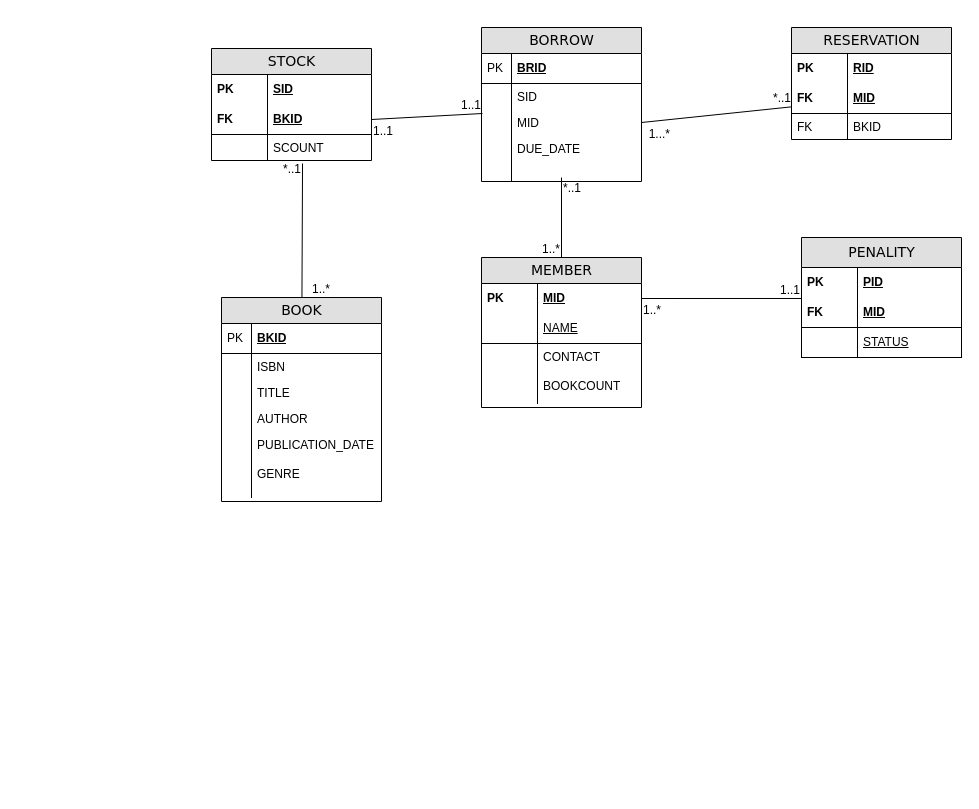
Earlier version of the draw.io diagram erdiagram.drawio (kaushik315/MScComputingDS). Source tidied: cells renumbered, new cells numbered last; positions are measured from the earlier drawing's top-left corner, leaving out a move shared by most shapes. Both pictures are drawn from the tidied source at 100%, with x=0, y=0 at pixel (211, 27).
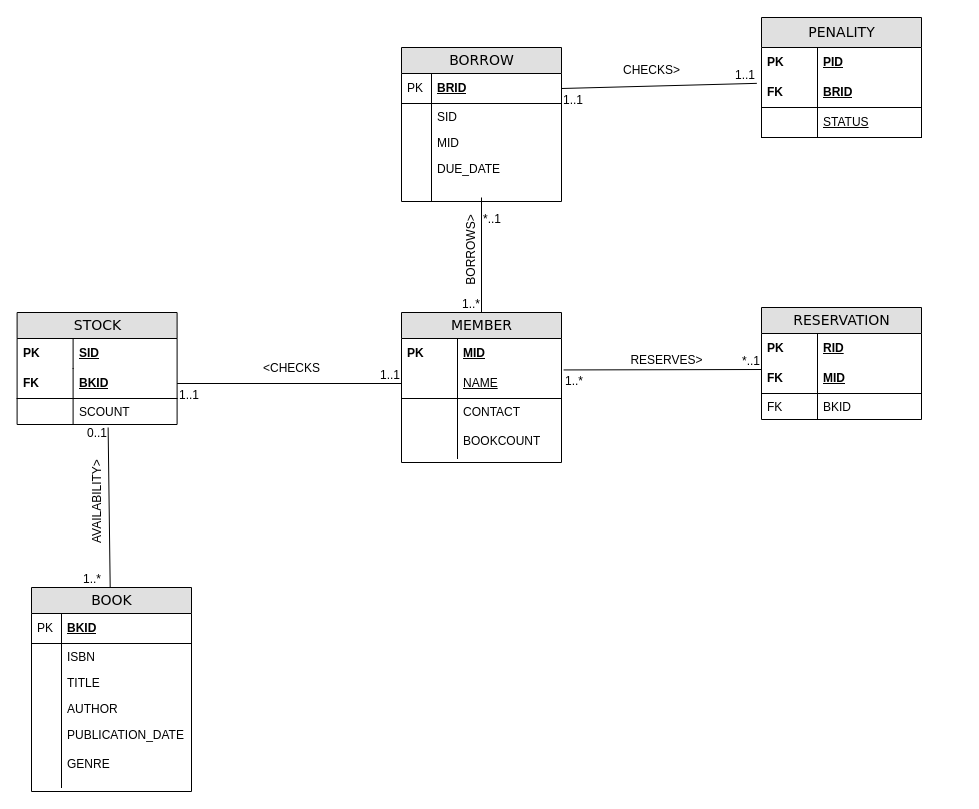
After the change.

The change refers to these unchanged cells:
```xml
<mxCell id="5" value="BKID" style="shape=partialRectangle;top=0;left=0;right=0;bottom=1;html=1;align=left;verticalAlign=middle;fillColor=none;spacingLeft=60;spacingRight=4;whiteSpace=wrap;overflow=hidden;points=[[0,0.5],[1,0.5]];portConstraint=eastwest;fontStyle=5;" parent="2" vertex="1">
  <mxGeometry y="56" width="160" height="30" as="geometry" />
</mxCell>
<mxCell id="10" value="MID" style="shape=partialRectangle;top=0;left=0;right=0;bottom=0;html=1;align=left;verticalAlign=middle;fillColor=none;spacingLeft=60;spacingRight=4;whiteSpace=wrap;overflow=hidden;points=[[0,0.5],[1,0.5]];portConstraint=eastwest;fontStyle=5;" parent="9" vertex="1">
  <mxGeometry y="26" width="160" height="30" as="geometry" />
</mxCell>
<mxCell id="12" value="&lt;span style=&quot;font-weight: normal;&quot;&gt;NAME&lt;/span&gt;" style="shape=partialRectangle;top=0;left=0;right=0;bottom=1;html=1;align=left;verticalAlign=middle;fillColor=none;spacingLeft=60;spacingRight=4;whiteSpace=wrap;overflow=hidden;points=[[0,0.5],[1,0.5]];portConstraint=eastwest;fontStyle=5;" parent="9" vertex="1">
  <mxGeometry y="56" width="160" height="30" as="geometry" />
</mxCell>
<mxCell id="35" value="BRID" style="shape=partialRectangle;top=0;left=0;right=0;bottom=1;html=1;align=left;verticalAlign=middle;fillColor=none;spacingLeft=34;spacingRight=4;whiteSpace=wrap;overflow=hidden;points=[[0,0.5],[1,0.5]];portConstraint=eastwest;fontStyle=5;" parent="34" vertex="1">
  <mxGeometry y="26" width="160" height="30" as="geometry" />
</mxCell>
<mxCell id="39" value="MID" style="shape=partialRectangle;top=0;left=0;right=0;bottom=0;html=1;align=left;verticalAlign=top;fillColor=none;spacingLeft=34;spacingRight=4;whiteSpace=wrap;overflow=hidden;points=[[0,0.5],[1,0.5]];portConstraint=eastwest;" parent="34" vertex="1">
  <mxGeometry y="82" width="160" height="26" as="geometry" />
</mxCell>
<mxCell id="45" style="endArrow=none;html=1;rounded=0;entryX=0.5;entryY=0;entryDx=0;entryDy=0;exitX=0.5;exitY=0.6;exitDx=0;exitDy=0;exitPerimeter=0;" parent="1" edge="1" source="43" target="9">
  <mxGeometry relative="1" as="geometry" />
</mxCell>
<mxCell id="51" value="MID" style="shape=partialRectangle;top=0;left=0;right=0;bottom=1;html=1;align=left;verticalAlign=middle;fillColor=none;spacingLeft=60;spacingRight=4;whiteSpace=wrap;overflow=hidden;points=[[0,0.5],[1,0.5]];portConstraint=eastwest;fontStyle=5;" parent="48" vertex="1">
  <mxGeometry y="56" width="160" height="30" as="geometry" />
</mxCell>
<mxCell id="55" style="endArrow=none;html=1;rounded=0;entryX=0.569;entryY=1.115;entryDx=0;entryDy=0;entryPerimeter=0;" parent="1" edge="1" source="23" target="7">
  <mxGeometry relative="1" as="geometry" />
</mxCell>
```

What changed in the source:
```diff
@@
     <mxCell id="2" value="STOCK" style="swimlane;html=1;fontStyle=0;horizontal=1;startSize=26;fillColor=#e0e0e0;swimlaneFillColor=#ffffff;align=center;rounded=0;shadow=0;comic=0;labelBackgroundColor=none;strokeWidth=1;fontFamily=Verdana;fontSize=14;" parent="1" vertex="1">
-      <mxGeometry y="21" width="160" height="112" as="geometry" />
+      <mxGeometry x="-194.4" y="285" width="160" height="112" as="geometry" />
     </mxCell>
@@
     <mxCell id="9" value="MEMBER" style="swimlane;html=1;fontStyle=0;horizontal=1;startSize=26;fillColor=#e0e0e0;swimlaneFillColor=#ffffff;align=center;rounded=0;shadow=0;comic=0;labelBackgroundColor=none;strokeWidth=1;fontFamily=Verdana;fontSize=14;" parent="1" vertex="1">
-      <mxGeometry x="270" y="230" width="160" height="150" as="geometry" />
+      <mxGeometry x="190" y="285" width="160" height="150" as="geometry" />
     </mxCell>
@@
     <mxCell id="16" value="PENALITY" style="swimlane;html=1;fontStyle=0;horizontal=1;startSize=30;fillColor=#e0e0e0;swimlaneFillColor=#ffffff;align=center;rounded=0;shadow=0;comic=0;labelBackgroundColor=none;strokeWidth=1;fontFamily=Verdana;fontSize=14;" parent="1" vertex="1">
-      <mxGeometry x="590" y="210" width="160" height="120" as="geometry" />
+      <mxGeometry x="550" y="-10" width="160" height="120" as="geometry" />
     </mxCell>
@@
-    <mxCell id="19" value="MID" style="shape=partialRectangle;top=0;left=0;right=0;bottom=1;html=1;align=left;verticalAlign=middle;fillColor=none;spacingLeft=60;spacingRight=4;whiteSpace=wrap;overflow=hidden;points=[[0,0.5],[1,0.5]];portConstraint=eastwest;fontStyle=5;" parent="16" vertex="1">
+    <mxCell id="19" value="BRID" style="shape=partialRectangle;top=0;left=0;right=0;bottom=1;html=1;align=left;verticalAlign=middle;fillColor=none;spacingLeft=60;spacingRight=4;whiteSpace=wrap;overflow=hidden;points=[[0,0.5],[1,0.5]];portConstraint=eastwest;fontStyle=5;" parent="16" vertex="1">
       <mxGeometry y="60" width="160" height="30" as="geometry" />
     </mxCell>
@@
     <mxCell id="23" value="BOOK" style="swimlane;html=1;fontStyle=0;horizontal=1;startSize=26;fillColor=#e0e0e0;swimlaneFillColor=#ffffff;align=center;rounded=0;shadow=0;comic=0;labelBackgroundColor=none;strokeWidth=1;fontFamily=Verdana;fontSize=14;" parent="1" vertex="1">
-      <mxGeometry x="10" y="270" width="160" height="204" as="geometry" />
+      <mxGeometry x="-180" y="560" width="160" height="204" as="geometry" />
     </mxCell>
@@
     <mxCell id="34" value="BORROW" style="swimlane;html=1;fontStyle=0;horizontal=1;startSize=26;fillColor=#e0e0e0;swimlaneFillColor=#ffffff;align=center;rounded=0;shadow=0;comic=0;labelBackgroundColor=none;strokeWidth=1;fontFamily=Verdana;fontSize=14;" parent="1" vertex="1">
-      <mxGeometry x="270" width="160" height="154" as="geometry" />
+      <mxGeometry x="190" y="20" width="160" height="154" as="geometry" />
     </mxCell>
@@
     <mxCell id="46" value="*..1" style="html=1;whiteSpace=wrap;align=left;verticalAlign=bottom;" parent="45" vertex="1">
       <mxGeometry x="-1" relative="1" as="geometry">
-        <mxPoint y="19" as="offset" />
+        <mxPoint y="30" as="offset" />
       </mxGeometry>
     </mxCell>
@@
     <mxCell id="48" value="RESERVATION" style="swimlane;html=1;fontStyle=0;horizontal=1;startSize=26;fillColor=#e0e0e0;swimlaneFillColor=#ffffff;align=center;rounded=0;shadow=0;comic=0;labelBackgroundColor=none;strokeWidth=1;fontFamily=Verdana;fontSize=14;" parent="1" vertex="1">
-      <mxGeometry x="580" width="160" height="112" as="geometry" />
+      <mxGeometry x="550" y="280" width="160" height="112" as="geometry" />
     </mxCell>
@@
     <mxCell id="56" value="1..*" style="html=1;whiteSpace=wrap;align=left;verticalAlign=bottom;" parent="55" vertex="1">
       <mxGeometry x="-1" relative="1" as="geometry">
-        <mxPoint x="9" as="offset" />
+        <mxPoint x="-29" as="offset" />
       </mxGeometry>
     </mxCell>
-    <mxCell id="57" value="*..1" style="html=1;whiteSpace=wrap;align=right;verticalAlign=bottom;" parent="55" vertex="1">
+    <mxCell id="57" value="0..1" style="html=1;whiteSpace=wrap;align=right;verticalAlign=bottom;" parent="55" vertex="1">
       <mxGeometry x="1" relative="1" as="geometry">
         <mxPoint y="14" as="offset" />
       </mxGeometry>
     </mxCell>
-    <mxCell id="58" style="endArrow=none;html=1;rounded=0;exitX=1;exitY=0.5;exitDx=0;exitDy=0;entryX=0;entryY=0.033;entryDx=0;entryDy=0;entryPerimeter=0;" parent="1" edge="1" source="10" target="19">
-      <mxGeometry relative="1" as="geometry" />
-    </mxCell>
+    <mxCell id="67" style="endArrow=none;html=1;rounded=0;exitX=1;exitY=0.5;exitDx=0;exitDy=0;entryX=0;entryY=0.5;entryDx=0;entryDy=0;" parent="1" edge="1" source="5" target="12">
+      <mxGeometry relative="1" as="geometry" />
+    </mxCell>
+    <mxCell id="68" value="1..1" style="html=1;whiteSpace=wrap;align=left;verticalAlign=bottom;" parent="67" vertex="1">
+      <mxGeometry x="-1" relative="1" as="geometry">
+        <mxPoint y="20" as="offset" />
+      </mxGeometry>
+    </mxCell>
+    <mxCell id="69" value="1..1" style="html=1;whiteSpace=wrap;align=right;verticalAlign=bottom;" parent="67" vertex="1">
+      <mxGeometry x="1" relative="1" as="geometry" />
+    </mxCell>
+    <mxCell id="70" value="&amp;lt;CHECKS" style="text;html=1;align=center;verticalAlign=middle;strokeColor=none;fillColor=none;" parent="1" vertex="1">
+      <mxGeometry x="40" y="326" width="80" height="30" as="geometry" />
+    </mxCell>
+    <mxCell id="71" value="AVAILABILITY&amp;gt;" style="text;html=1;align=center;verticalAlign=middle;strokeColor=none;fillColor=none;rotation=-90;" parent="1" vertex="1">
+      <mxGeometry x="-169.4" y="460" width="110" height="30" as="geometry" />
+    </mxCell>
+    <mxCell id="72" style="endArrow=none;html=1;rounded=0;exitX=1.013;exitY=1.048;exitDx=0;exitDy=0;exitPerimeter=0;" parent="1" edge="1" source="10">
+      <mxGeometry relative="1" as="geometry">
+        <mxPoint x="550" y="342" as="targetPoint" />
+      </mxGeometry>
+    </mxCell>
-    <mxCell id="59" value="1..*" style="html=1;whiteSpace=wrap;align=left;verticalAlign=bottom;" parent="58" vertex="1">
+    <mxCell id="59" value="1..*" style="html=1;whiteSpace=wrap;align=left;verticalAlign=bottom;" parent="72" vertex="1">
       <mxGeometry x="-1" relative="1" as="geometry">
         <mxPoint y="20" as="offset" />
       </mxGeometry>
     </mxCell>
-    <mxCell id="60" value="1..1" style="html=1;whiteSpace=wrap;align=right;verticalAlign=bottom;" parent="58" vertex="1">
-      <mxGeometry x="1" relative="1" as="geometry" />
-    </mxCell>
-    <mxCell id="61" style="endArrow=none;html=1;rounded=0;exitX=1;exitY=0.5;exitDx=0;exitDy=0;entryX=0.006;entryY=0.154;entryDx=0;entryDy=0;entryPerimeter=0;" parent="1" edge="1" source="5" target="39">
-      <mxGeometry relative="1" as="geometry" />
-    </mxCell>
-    <mxCell id="62" value="1..1" style="html=1;whiteSpace=wrap;align=left;verticalAlign=bottom;" parent="61" vertex="1">
-      <mxGeometry x="-1" relative="1" as="geometry">
-        <mxPoint y="20" as="offset" />
-      </mxGeometry>
-    </mxCell>
-    <mxCell id="63" value="1..1" style="html=1;whiteSpace=wrap;align=right;verticalAlign=bottom;" parent="61" vertex="1">
-      <mxGeometry x="1" relative="1" as="geometry" />
-    </mxCell>
-    <mxCell id="64" style="endArrow=none;html=1;rounded=0;entryX=1;entryY=0.5;entryDx=0;entryDy=0;" parent="1" edge="1" source="51" target="39">
-      <mxGeometry relative="1" as="geometry" />
-    </mxCell>
-    <mxCell id="65" value="*..1" style="html=1;whiteSpace=wrap;align=left;verticalAlign=bottom;" parent="64" vertex="1">
-      <mxGeometry x="-1" relative="1" as="geometry">
-        <mxPoint x="-20" as="offset" />
-      </mxGeometry>
+    <mxCell id="65" value="*..1" style="html=1;whiteSpace=wrap;align=right;verticalAlign=bottom;" parent="72" vertex="1">
+      <mxGeometry x="1" relative="1" as="geometry" />
     </mxCell>
-    <mxCell id="66" value="1...*" style="html=1;whiteSpace=wrap;align=right;verticalAlign=bottom;" parent="64" vertex="1">
-      <mxGeometry x="1" relative="1" as="geometry">
-        <mxPoint x="30" y="20" as="offset" />
-      </mxGeometry>
-    </mxCell>
+    <mxCell id="73" value="RESERVES&amp;gt;" style="text;html=1;align=center;verticalAlign=middle;strokeColor=none;fillColor=none;" parent="1" vertex="1">
+      <mxGeometry x="405" y="318" width="100" height="30" as="geometry" />
+    </mxCell>
+    <mxCell id="74" value="BORROWS&amp;gt;" style="text;html=1;align=center;verticalAlign=middle;strokeColor=none;fillColor=none;rotation=-90;" parent="1" vertex="1">
+      <mxGeometry x="215" y="208" width="90" height="30" as="geometry" />
+    </mxCell>
+    <mxCell id="75" style="endArrow=none;html=1;rounded=0;exitX=1;exitY=0.5;exitDx=0;exitDy=0;entryX=-0.029;entryY=0.195;entryDx=0;entryDy=0;entryPerimeter=0;" parent="1" edge="1" source="35" target="19">
+      <mxGeometry relative="1" as="geometry" />
+    </mxCell>
+    <mxCell id="76" value="1..1" style="html=1;whiteSpace=wrap;align=left;verticalAlign=bottom;" parent="75" vertex="1">
+      <mxGeometry x="-1" relative="1" as="geometry">
+        <mxPoint y="20" as="offset" />
+      </mxGeometry>
+    </mxCell>
+    <mxCell id="77" value="1..1" style="html=1;whiteSpace=wrap;align=right;verticalAlign=bottom;" parent="75" vertex="1">
+      <mxGeometry x="1" relative="1" as="geometry" />
+    </mxCell>
+    <mxCell id="78" value="CHECKS&amp;gt;" style="text;html=1;align=center;verticalAlign=middle;strokeColor=none;fillColor=none;" parent="1" vertex="1">
+      <mxGeometry x="400" y="28" width="80" height="30" as="geometry" />
+    </mxCell>
```
